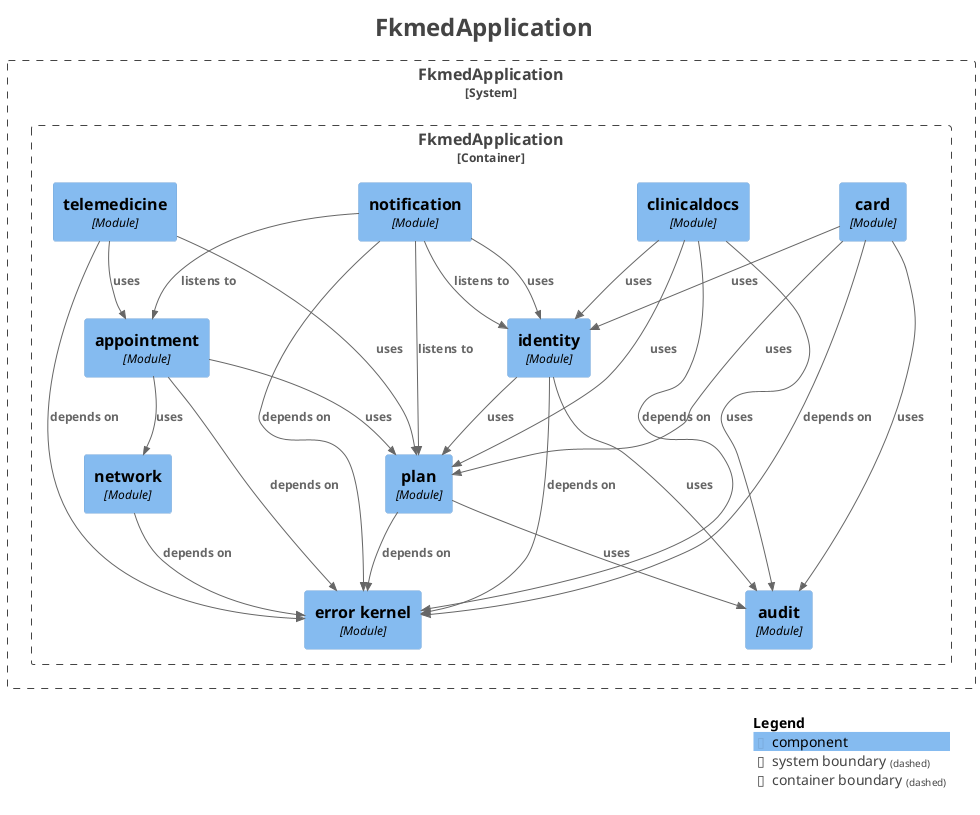
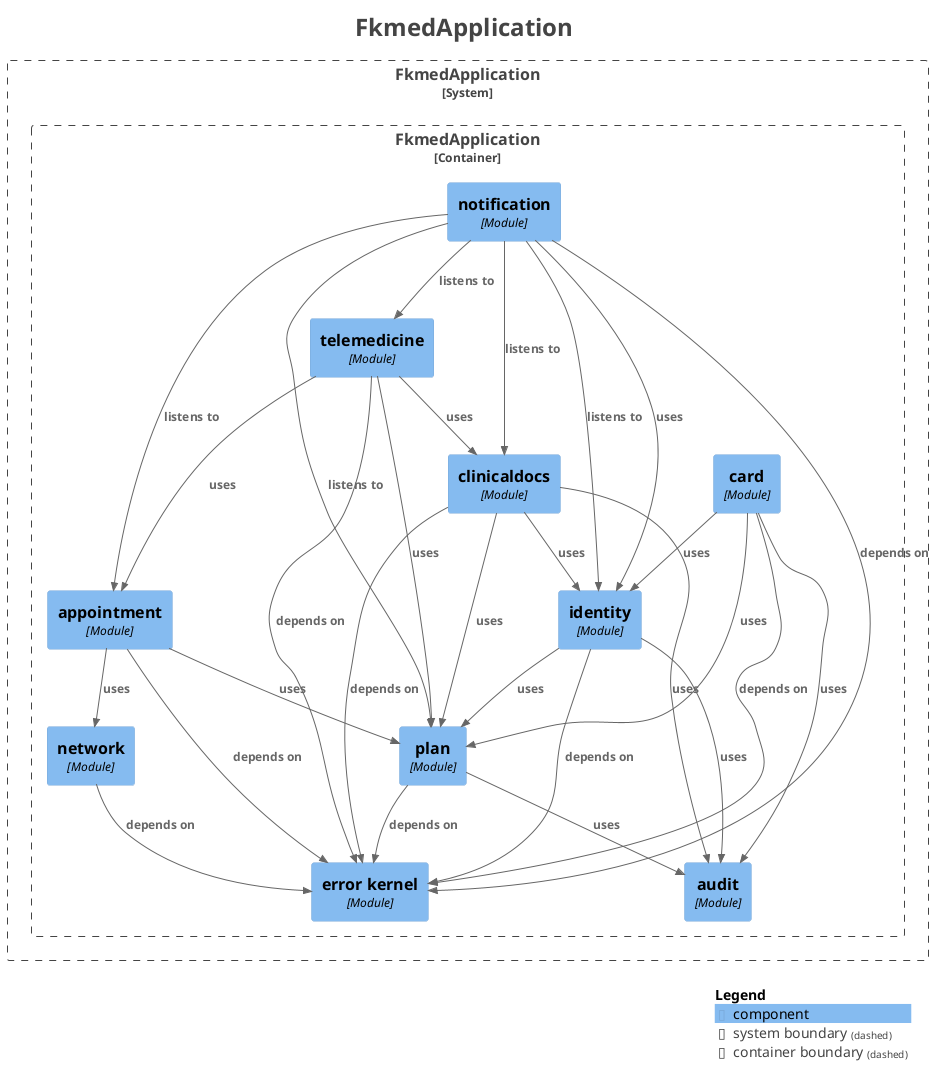
@startuml
title <size:24>FkmedApplication</size>

set separator none
top to bottom direction

<style>
  root {
    BackgroundColor: #ffffff
    FontColor: #444444
  }
</style>

!include <C4/C4>
!include <C4/C4_Context>
!include <C4/C4_Component>

System_Boundary("FkmedApplication_boundary", "FkmedApplication", $tags="") {
  Container_Boundary("FkmedApplication.FkmedApplication_boundary", "FkmedApplication", $tags="") {
    Component(FkmedApplication.FkmedApplication.card, "card", $techn="Module", $descr="", $tags="", $link="")
    Component(FkmedApplication.FkmedApplication.clinicaldocs, "clinicaldocs", $techn="Module", $descr="", $tags="", $link="")
+     Component(FkmedApplication.FkmedApplication.telemedicine, "telemedicine", $techn="Module", $descr="", $tags="", $link="")
    Component(FkmedApplication.FkmedApplication.notification, "notification", $techn="Module", $descr="", $tags="", $link="")
-     Component(FkmedApplication.FkmedApplication.telemedicine, "telemedicine", $techn="Module", $descr="", $tags="", $link="")
    Component(FkmedApplication.FkmedApplication.audit, "audit", $techn="Module", $descr="", $tags="", $link="")
    Component(FkmedApplication.FkmedApplication.errorkernel, "error kernel", $techn="Module", $descr="", $tags="", $link="")
    Component(FkmedApplication.FkmedApplication.network, "network", $techn="Module", $descr="", $tags="", $link="")
    Component(FkmedApplication.FkmedApplication.plan, "plan", $techn="Module", $descr="", $tags="", $link="")
    Component(FkmedApplication.FkmedApplication.appointment, "appointment", $techn="Module", $descr="", $tags="", $link="")
    Component(FkmedApplication.FkmedApplication.identity, "identity", $techn="Module", $descr="", $tags="", $link="")
  }

}

Rel(FkmedApplication.FkmedApplication.appointment, FkmedApplication.FkmedApplication.errorkernel, "depends on", $techn="", $tags="", $link="")
Rel(FkmedApplication.FkmedApplication.appointment, FkmedApplication.FkmedApplication.network, "uses", $techn="", $tags="", $link="")
Rel(FkmedApplication.FkmedApplication.appointment, FkmedApplication.FkmedApplication.plan, "uses", $techn="", $tags="", $link="")
Rel(FkmedApplication.FkmedApplication.card, FkmedApplication.FkmedApplication.audit, "uses", $techn="", $tags="", $link="")
Rel(FkmedApplication.FkmedApplication.card, FkmedApplication.FkmedApplication.errorkernel, "depends on", $techn="", $tags="", $link="")
Rel(FkmedApplication.FkmedApplication.card, FkmedApplication.FkmedApplication.identity, "uses", $techn="", $tags="", $link="")
Rel(FkmedApplication.FkmedApplication.card, FkmedApplication.FkmedApplication.plan, "uses", $techn="", $tags="", $link="")
Rel(FkmedApplication.FkmedApplication.clinicaldocs, FkmedApplication.FkmedApplication.audit, "uses", $techn="", $tags="", $link="")
Rel(FkmedApplication.FkmedApplication.clinicaldocs, FkmedApplication.FkmedApplication.errorkernel, "depends on", $techn="", $tags="", $link="")
Rel(FkmedApplication.FkmedApplication.clinicaldocs, FkmedApplication.FkmedApplication.identity, "uses", $techn="", $tags="", $link="")
Rel(FkmedApplication.FkmedApplication.clinicaldocs, FkmedApplication.FkmedApplication.plan, "uses", $techn="", $tags="", $link="")
Rel(FkmedApplication.FkmedApplication.identity, FkmedApplication.FkmedApplication.audit, "uses", $techn="", $tags="", $link="")
Rel(FkmedApplication.FkmedApplication.identity, FkmedApplication.FkmedApplication.errorkernel, "depends on", $techn="", $tags="", $link="")
Rel(FkmedApplication.FkmedApplication.identity, FkmedApplication.FkmedApplication.plan, "uses", $techn="", $tags="", $link="")
Rel(FkmedApplication.FkmedApplication.network, FkmedApplication.FkmedApplication.errorkernel, "depends on", $techn="", $tags="", $link="")
Rel(FkmedApplication.FkmedApplication.notification, FkmedApplication.FkmedApplication.appointment, "listens to", $techn="", $tags="", $link="")
+ Rel(FkmedApplication.FkmedApplication.notification, FkmedApplication.FkmedApplication.clinicaldocs, "listens to", $techn="", $tags="", $link="")
Rel(FkmedApplication.FkmedApplication.notification, FkmedApplication.FkmedApplication.errorkernel, "depends on", $techn="", $tags="", $link="")
Rel(FkmedApplication.FkmedApplication.notification, FkmedApplication.FkmedApplication.identity, "listens to", $techn="", $tags="", $link="")
Rel(FkmedApplication.FkmedApplication.notification, FkmedApplication.FkmedApplication.identity, "uses", $techn="", $tags="", $link="")
Rel(FkmedApplication.FkmedApplication.notification, FkmedApplication.FkmedApplication.plan, "listens to", $techn="", $tags="", $link="")
+ Rel(FkmedApplication.FkmedApplication.notification, FkmedApplication.FkmedApplication.telemedicine, "listens to", $techn="", $tags="", $link="")
Rel(FkmedApplication.FkmedApplication.plan, FkmedApplication.FkmedApplication.audit, "uses", $techn="", $tags="", $link="")
Rel(FkmedApplication.FkmedApplication.plan, FkmedApplication.FkmedApplication.errorkernel, "depends on", $techn="", $tags="", $link="")
Rel(FkmedApplication.FkmedApplication.telemedicine, FkmedApplication.FkmedApplication.appointment, "uses", $techn="", $tags="", $link="")
+ Rel(FkmedApplication.FkmedApplication.telemedicine, FkmedApplication.FkmedApplication.clinicaldocs, "uses", $techn="", $tags="", $link="")
Rel(FkmedApplication.FkmedApplication.telemedicine, FkmedApplication.FkmedApplication.errorkernel, "depends on", $techn="", $tags="", $link="")
Rel(FkmedApplication.FkmedApplication.telemedicine, FkmedApplication.FkmedApplication.plan, "uses", $techn="", $tags="", $link="")

SHOW_LEGEND(true)
hide stereotypes
@enduml